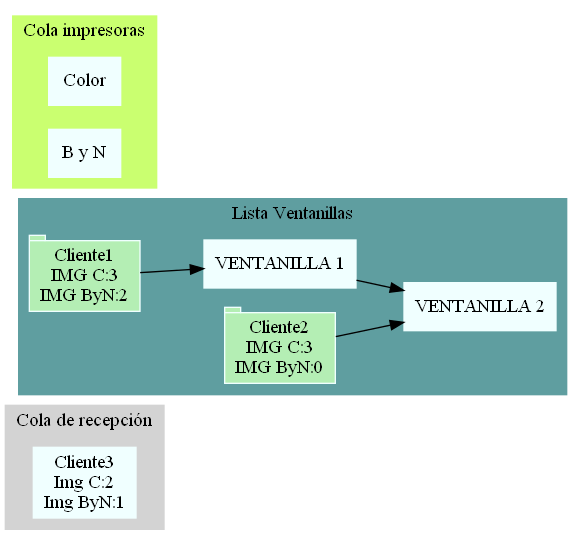
The Graphviz diagram EddFase1/Reportes/Memoria.png in LuisaMariaO/EDD_UDRAWING_FASE_202003381, before a commit. Its source is kept beside it as EddFase1/Reportes/Memoria.dot.
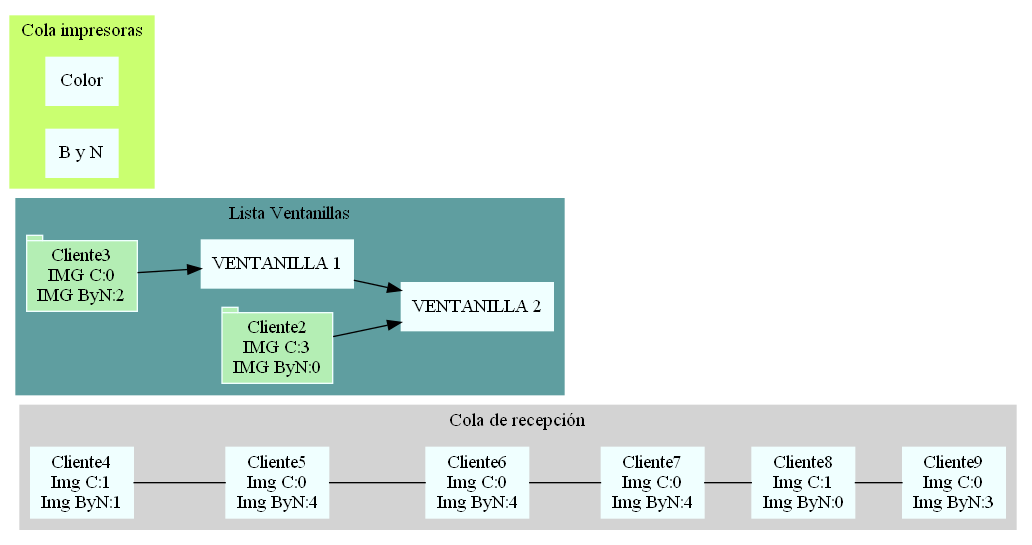
Above is the later version.

The edit, as a diff of the source:
```diff
@@ -6,25 +6,45 @@
   edge [
     arrowhead="none"
   ];
-Cliente1872034366[label="Cliente3
-Img C:2
+Cliente1725154839[label="Cliente4
+Img C:1
 Img ByN:1"]
+Cliente1878246837[label="Cliente5
+Img C:0
+Img ByN:4"]
+Cliente929338653[label="Cliente6
+Img C:0
+Img ByN:4"]
+Cliente1259475182[label="Cliente7
+Img C:0
+Img ByN:4"]
+Cliente1300109446[label="Cliente8
+Img C:1
+Img ByN:0"]
+Cliente1020371697[label="Cliente9
+Img C:0
+Img ByN:3"]
+Cliente1725154839 -> Cliente1878246837
+Cliente1878246837 -> Cliente929338653
+Cliente929338653 -> Cliente1259475182
+Cliente1259475182 -> Cliente1300109446
+Cliente1300109446 -> Cliente1020371697
 label="Cola de recepción";
 }
 subgraph cluster_1{
 style=filled
 color=cadetblue;
-Ventanilla1581781576[label="VENTANILLA 1"]
-ClienteV1725154839[shape=tab fillcolor=darkseagreen2 label="Cliente1
-IMG C:3
+Ventanilla1670675563[label="VENTANILLA 1"]
+ClienteV1581781576[shape=tab fillcolor=darkseagreen2 label="Cliente3
+IMG C:0
 IMG ByN:2"]
-Ventanilla1670675563[label="VENTANILLA 2"]
-ClienteV644117698[shape=tab fillcolor=darkseagreen2 label="Cliente2
+Ventanilla895328852[label="VENTANILLA 2"]
+ClienteV1872034366[shape=tab fillcolor=darkseagreen2 label="Cliente2
 IMG C:3
 IMG ByN:0"]
-ClienteV1725154839 -> Ventanilla1581781576
-Ventanilla1581781576 -> Ventanilla1670675563
-ClienteV644117698 -> Ventanilla1670675563
+ClienteV1581781576 -> Ventanilla1670675563
+Ventanilla1670675563 -> Ventanilla895328852
+ClienteV1872034366 -> Ventanilla895328852
 label="Lista Ventanillas";
 }
 subgraph cluster_2{
@@ -33,8 +53,8 @@
   edge [
     arrowhead="none"
   ];
-Impresora723074861[label="Color"]
-Impresora895328852[label="B y N"]
+Impresora1304836502[label="Color"]
+Impresora225534817[label="B y N"]
 label="Cola impresoras";
 }
 rankdir=LR;
```
